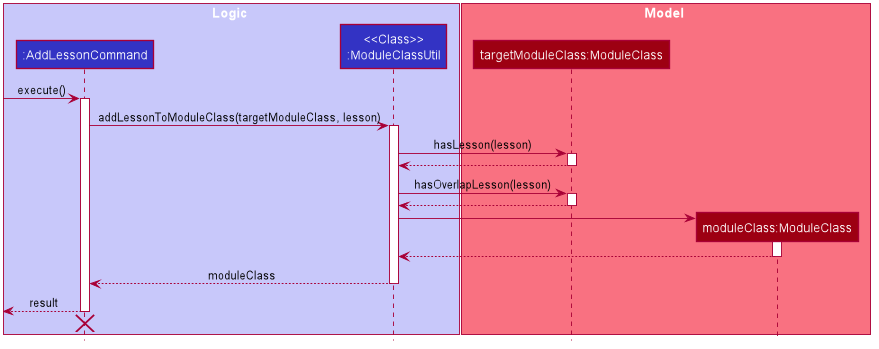
Before: docs/images/AddLessonSequenceDiagram.png, a diagram exported from PlantUML (ypinhsuan/tp).
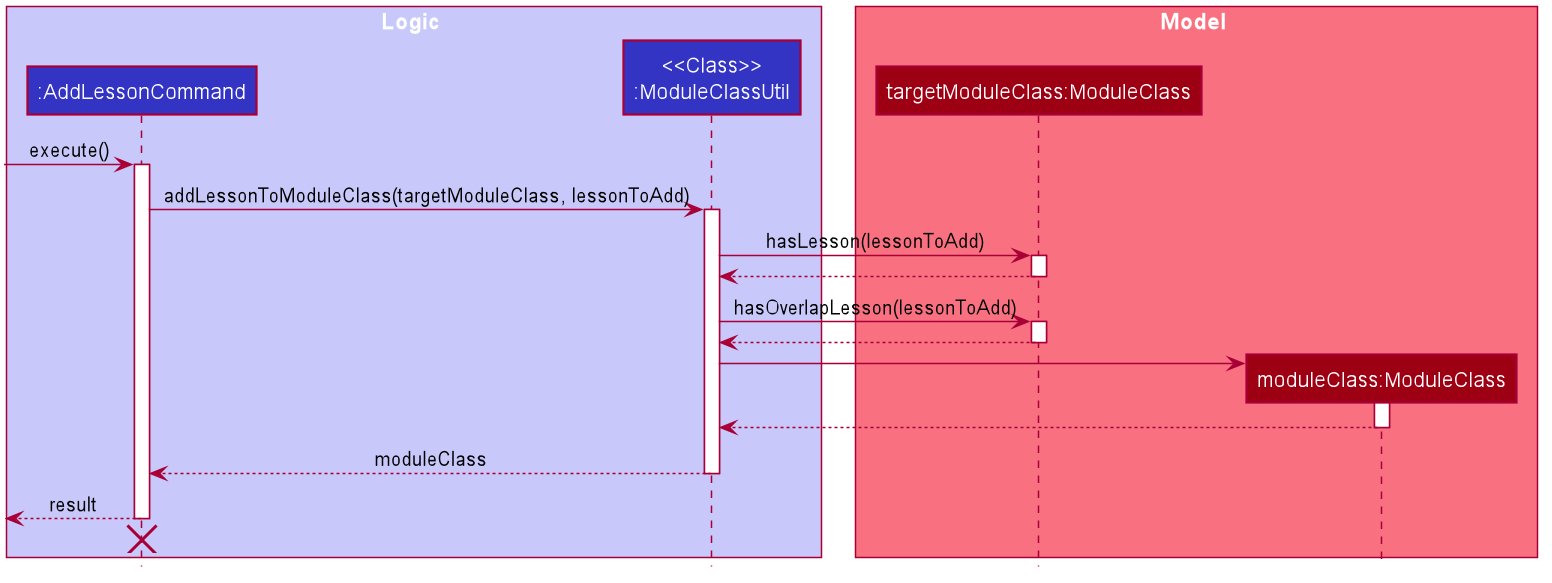
The same file after the commit.

Change to the diagram source:
```diff
@@ -61,15 +61,15 @@
 [-> AddLessonCommand : execute()
 activate AddLessonCommand
 
-AddLessonCommand -> ModuleClassUtil : addLessonToModuleClass(targetModuleClass, lesson)
+AddLessonCommand -> ModuleClassUtil : addLessonToModuleClass(targetModuleClass, lessonToAdd)
 activate ModuleClassUtil
 
-ModuleClassUtil -> ModuleClass : hasLesson(lesson)
+ModuleClassUtil -> ModuleClass : hasLesson(lessonToAdd)
 activate ModuleClass
 ModuleClass --> ModuleClassUtil
 deactivate ModuleClass
 
-ModuleClassUtil -> ModuleClass : hasOverlapLesson(lesson)
+ModuleClassUtil -> ModuleClass : hasOverlapLesson(lessonToAdd)
 activate ModuleClass
 ModuleClass --> ModuleClassUtil
 deactivate ModuleClass
```
